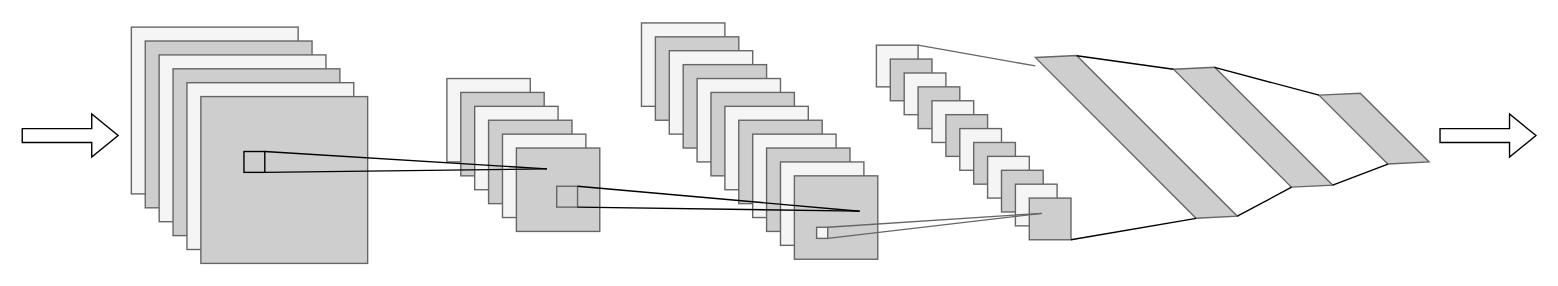
Above: machine-learning/CNN.drawio in zhaicao/images (draw.io), before the change. Source tidied: cells renumbered, new cells numbered last; positions are measured from the earlier drawing's top-left corner, leaving out a move shared by most shapes. Both pictures are drawn from the tidied source at 139%, with x=0, y=0 at pixel (21, 8).
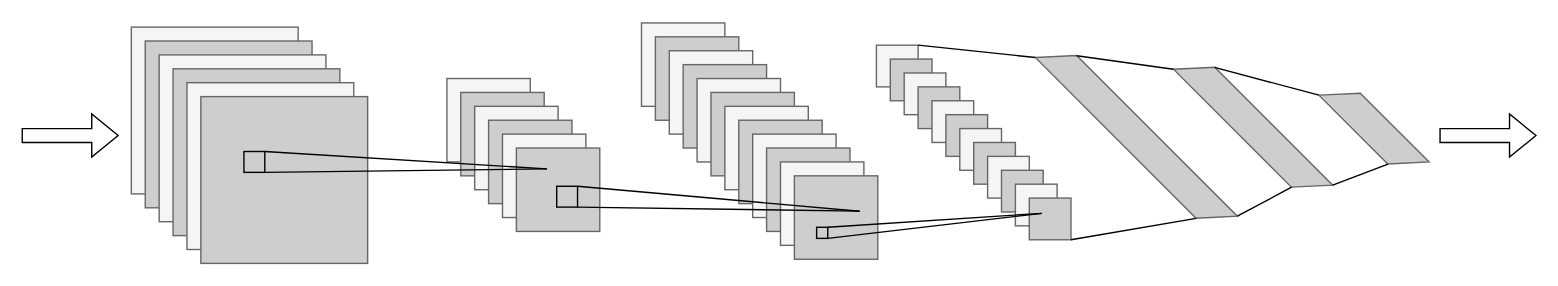
The same diagram, later.

Unchanged cells that the change refers to:
```xml
<mxCell id="25" style="rounded=0;whiteSpace=wrap;html=1;fillColor=#f5f5f5;fontColor=#333333;strokeColor=#666666;" parent="1" vertex="1">
  <mxGeometry x="615" y="26" width="30" height="30" as="geometry" />
</mxCell>
<mxCell id="38" style="shape=parallelogram;perimeter=parallelogramPerimeter;whiteSpace=wrap;html=1;fixedSize=1;direction=south;rotation=315;fillColor=#CECECE;fontColor=#333333;strokeColor=#666666;" parent="1" vertex="1">
  <mxGeometry x="791" y="0.2" width="22" height="183.5" as="geometry" />
</mxCell>
```

Diff of the diagram source:
```diff
@@
-    <mxCell id="43" style="rounded=0;whiteSpace=wrap;html=1;fillColor=#f5f5f5;fontColor=#333333;strokeColor=#666666;" parent="1" vertex="1">
+    <mxCell id="43" style="rounded=0;whiteSpace=wrap;html=1;fillColor=#CECECE;fontColor=#333333;strokeColor=#000000;" parent="1" vertex="1">
       <mxGeometry x="572" y="157" width="8" height="8" as="geometry" />
     </mxCell>
-    <mxCell id="44" style="rounded=0;whiteSpace=wrap;html=1;fillColor=#CECECE;fontColor=#333333;strokeColor=#666666;" parent="1" vertex="1">
+    <mxCell id="44" style="rounded=0;whiteSpace=wrap;html=1;fillColor=#CECECE;fontColor=#333333;strokeColor=#000000;" parent="1" vertex="1">
       <mxGeometry x="385" y="127.5" width="15" height="15" as="geometry" />
     </mxCell>
@@
-    <mxCell id="49" style="endArrow=none;html=1;rounded=0;exitX=1;exitY=0;exitDx=0;exitDy=0;entryX=0;entryY=1;entryDx=0;entryDy=0;fillColor=#f5f5f5;strokeColor=#666666;" parent="1" edge="1" source="43">
+    <mxCell id="49" style="endArrow=none;html=1;rounded=0;exitX=1;exitY=0;exitDx=0;exitDy=0;entryX=0;entryY=1;entryDx=0;entryDy=0;fillColor=#f5f5f5;strokeColor=#000000;" parent="1" edge="1" source="43">
       <mxGeometry relative="1" as="geometry">
         <mxPoint x="734" y="147" as="targetPoint" />
       </mxGeometry>
     </mxCell>
-    <mxCell id="50" style="endArrow=none;html=1;rounded=0;exitX=1;exitY=1;exitDx=0;exitDy=0;entryX=0;entryY=1;entryDx=0;entryDy=0;fillColor=#f5f5f5;strokeColor=#666666;" parent="1" edge="1" source="43">
+    <mxCell id="50" style="endArrow=none;html=1;rounded=0;exitX=1;exitY=1;exitDx=0;exitDy=0;entryX=0;entryY=1;entryDx=0;entryDy=0;fillColor=#f5f5f5;strokeColor=#000000;" parent="1" edge="1" source="43">
       <mxGeometry relative="1" as="geometry">
         <mxPoint x="734" y="147" as="targetPoint" />
       </mxGeometry>
     </mxCell>
@@
-    <mxCell id="52" style="endArrow=none;html=1;rounded=0;exitX=1;exitY=0;exitDx=0;exitDy=0;entryX=0;entryY=1;entryDx=0;entryDy=0;fillColor=#f5f5f5;strokeColor=#666666;" parent="1" edge="1" source="25">
-      <mxGeometry relative="1" as="geometry">
-        <mxPoint x="729.3" y="40.9" as="targetPoint" />
-      </mxGeometry>
+    <mxCell id="52" style="endArrow=none;html=1;rounded=0;exitX=1;exitY=0;exitDx=0;exitDy=0;entryX=0;entryY=1;entryDx=0;entryDy=0;fillColor=#f5f5f5;strokeColor=#000000;" parent="1" edge="1" source="25" target="38">
+      <mxGeometry relative="1" as="geometry" />
     </mxCell>
```
